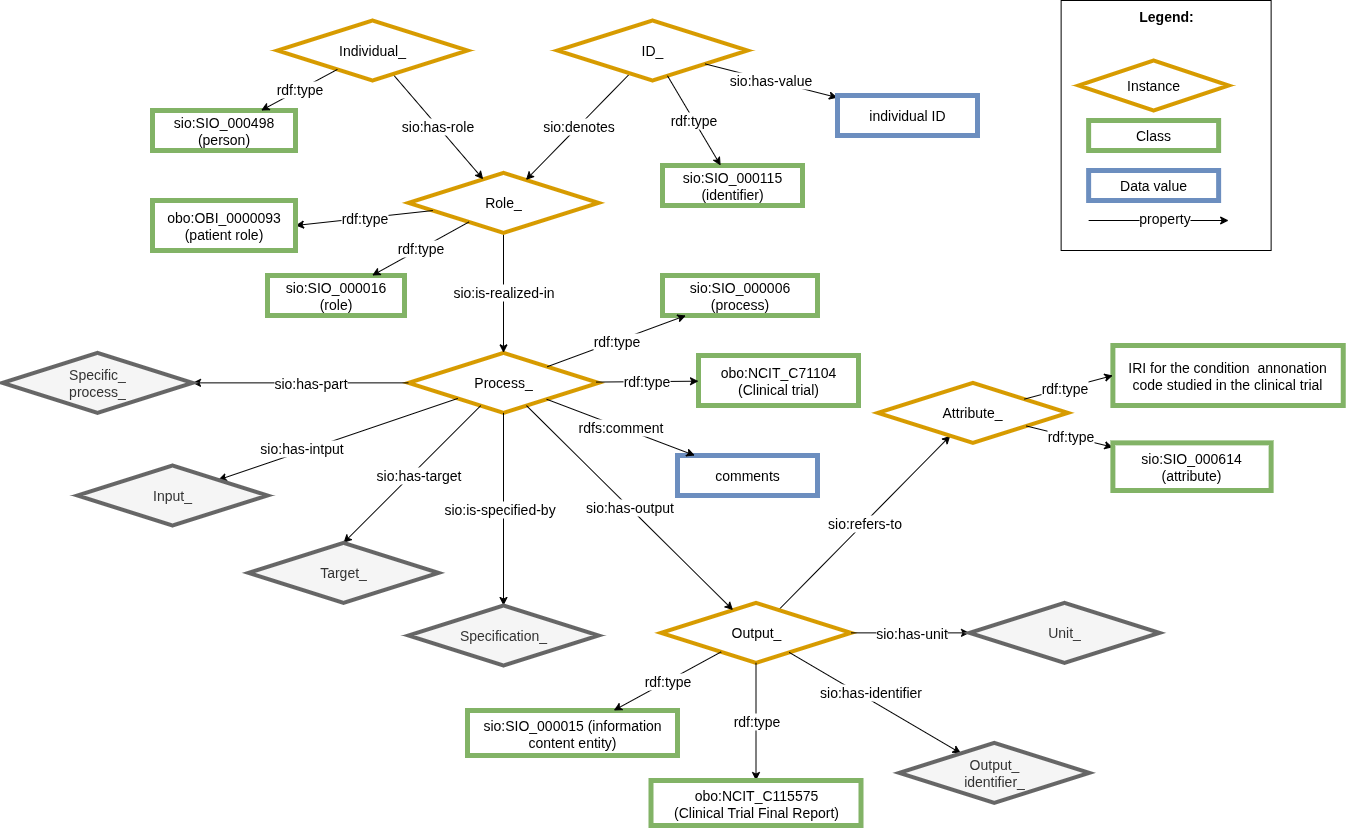
Above: images/CARE-SM-Clinical_trial.drawio.png in CARE-SM/CARE-Semantic-Model (draw.io), before the change. Source tidied: cells renumbered, new cells last; positions are measured from the earlier drawing's top-left corner, leaving out a move shared by most shapes.
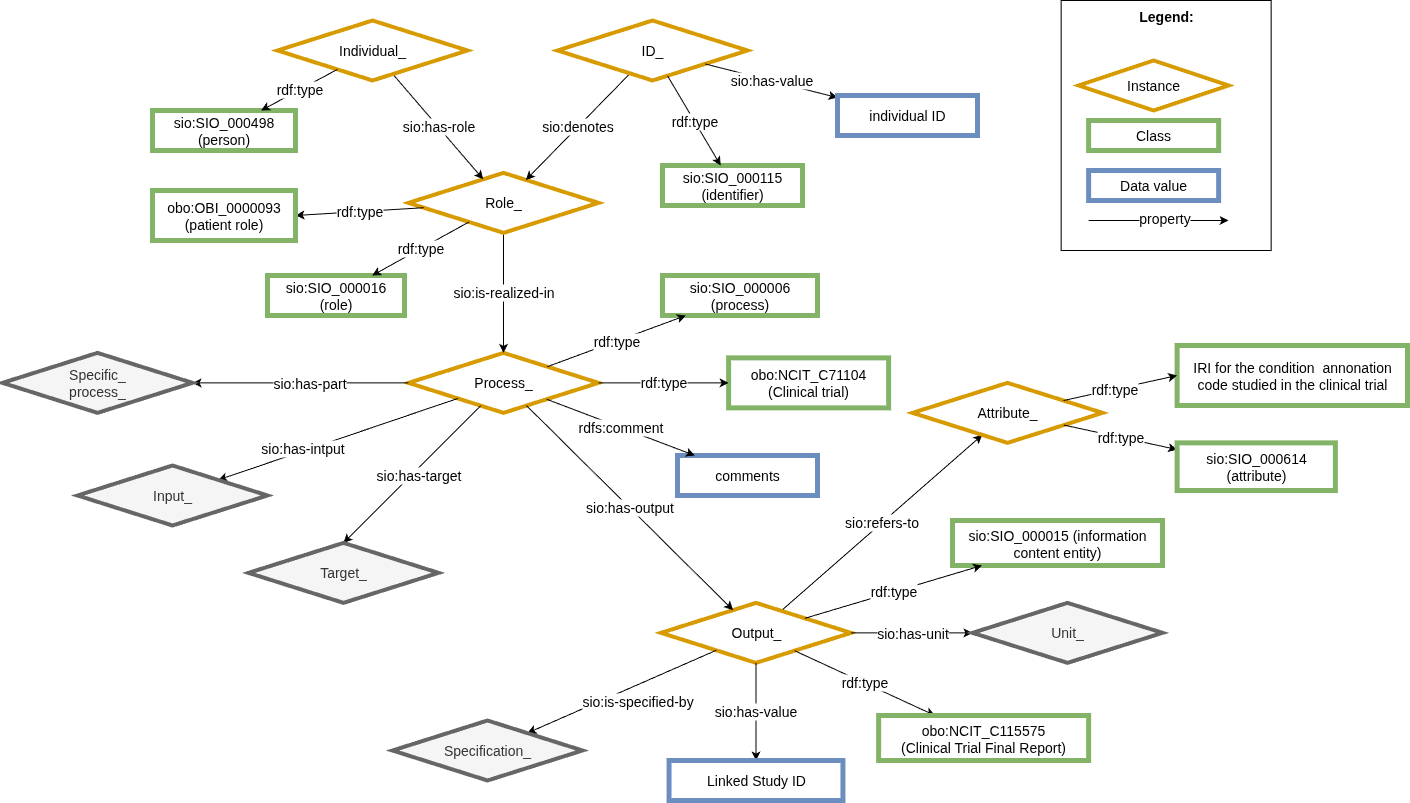
The same diagram one commit later.

The edit, as a diff of the source:
```diff
@@ -18,7 +18,7 @@
       <mxGeometry x="660" y="275" width="155" height="40" as="geometry" />
     </mxCell>
     <mxCell id="7" value="&lt;font style=&quot;font-size: 14px;&quot;&gt;sio:SIO_000015 (information content entity)&lt;/font&gt;" style="whiteSpace=wrap;html=1;fillColor=#FFFFFF;strokeColor=#82b366;strokeWidth=5;fontSize=14;" parent="1" vertex="1">
-      <mxGeometry x="465" y="710" width="210" height="45" as="geometry" />
+      <mxGeometry x="950" y="520" width="210" height="45" as="geometry" />
     </mxCell>
     <mxCell id="8" value="Role_" style="rhombus;whiteSpace=wrap;html=1;fillColor=#FFFFFF;strokeColor=#D79B00;perimeter=rhombusPerimeter;arcSize=20;comic=0;enumerate=0;strokeWidth=4;rounded=0;fontSize=14;" parent="1" vertex="1">
       <mxGeometry x="406" y="172.4" width="190" height="60" as="geometry" />
@@ -36,13 +36,13 @@
       <mxGeometry x="275" y="20" width="190" height="60" as="geometry" />
     </mxCell>
     <mxCell id="13" value="Attribute_" style="rhombus;whiteSpace=wrap;html=1;fillColor=#FFFFFF;strokeColor=#D79B00;perimeter=rhombusPerimeter;arcSize=20;comic=0;enumerate=0;strokeWidth=4;rounded=0;fontSize=14;" parent="1" vertex="1">
-      <mxGeometry x="875.4" y="382.4" width="190" height="60" as="geometry" />
+      <mxGeometry x="910" y="382.4" width="190" height="60" as="geometry" />
     </mxCell>
     <mxCell id="14" value="rdf:type" style="edgeStyle=none;rounded=0;jettySize=auto;html=1;fontSize=14;" parent="1" edge="1" source="13" target="15">
       <mxGeometry relative="1" as="geometry" />
     </mxCell>
     <mxCell id="15" value="sio:SIO_000614 (attribute)" style="whiteSpace=wrap;html=1;fillColor=#FFFFFF;strokeColor=#82b366;strokeWidth=5;fontSize=14;" parent="1" vertex="1">
-      <mxGeometry x="1110.4" y="442.4" width="158.2" height="47.6" as="geometry" />
+      <mxGeometry x="1174.6" y="442.4" width="158.2" height="47.6" as="geometry" />
     </mxCell>
     <mxCell id="16" value="sio:SIO_000016 (role)" style="whiteSpace=wrap;html=1;fillColor=#FFFFFF;strokeColor=#82b366;strokeWidth=5;fontSize=14;" parent="1" vertex="1">
       <mxGeometry x="265" y="275" width="137" height="40" as="geometry" />
@@ -61,7 +61,7 @@
         <mxPoint x="-61" y="18" as="offset" />
       </mxGeometry>
     </mxCell>
-    <mxCell id="21" style="edgeStyle=none;rounded=0;jettySize=auto;html=1;strokeWidth=1;fontSize=14;" parent="1" edge="1" source="4" target="23">
+    <mxCell id="21" style="edgeStyle=none;rounded=0;jettySize=auto;html=1;strokeWidth=1;fontSize=14;" parent="1" edge="1" source="3" target="23">
       <mxGeometry relative="1" as="geometry" />
     </mxCell>
     <mxCell id="22" value="sio:is-specified-by" style="edgeLabel;html=1;align=center;verticalAlign=middle;fontSize=14;" parent="21" vertex="1">
@@ -70,7 +70,7 @@
       </mxGeometry>
     </mxCell>
     <mxCell id="23" value="Specification_" style="rhombus;whiteSpace=wrap;html=1;fillColor=#f5f5f5;strokeColor=#666666;perimeter=rhombusPerimeter;arcSize=20;comic=0;enumerate=0;strokeWidth=4;rounded=0;fontSize=14;fontColor=#333333;" parent="1" vertex="1">
-      <mxGeometry x="406" y="605" width="190" height="60" as="geometry" />
+      <mxGeometry x="390" y="720" width="190" height="60" as="geometry" />
     </mxCell>
     <mxCell id="24" value="Input_" style="rhombus;whiteSpace=wrap;html=1;fillColor=#f5f5f5;strokeColor=#666666;perimeter=rhombusPerimeter;arcSize=20;comic=0;enumerate=0;strokeWidth=4;rounded=0;fontSize=14;fontColor=#333333;" parent="1" vertex="1">
       <mxGeometry x="75" y="465" width="190" height="60" as="geometry" />
@@ -84,7 +84,7 @@
       </mxGeometry>
     </mxCell>
     <mxCell id="27" value="Unit_" style="rhombus;whiteSpace=wrap;html=1;fillColor=#f5f5f5;strokeColor=#666666;perimeter=rhombusPerimeter;arcSize=20;comic=0;enumerate=0;strokeWidth=4;rounded=0;fontSize=14;fontColor=#333333;" parent="1" vertex="1">
-      <mxGeometry x="967" y="602.4" width="190" height="60" as="geometry" />
+      <mxGeometry x="970" y="602.4" width="190" height="60" as="geometry" />
     </mxCell>
     <mxCell id="28" value="&lt;div style=&quot;text-align: left; font-size: 14px;&quot;&gt;&lt;span style=&quot;background-color: initial; font-size: 14px;&quot;&gt;&lt;b style=&quot;font-size: 14px;&quot;&gt;&lt;font style=&quot;font-size: 14px;&quot;&gt;Legend:&lt;/font&gt;&lt;/b&gt;&lt;/span&gt;&lt;/div&gt;&lt;div style=&quot;text-align: left; font-size: 14px;&quot;&gt;&lt;span style=&quot;background-color: initial; font-size: 14px;&quot;&gt;&lt;br style=&quot;font-size: 14px;&quot;&gt;&lt;/span&gt;&lt;/div&gt;&lt;div style=&quot;text-align: left; font-size: 14px;&quot;&gt;&lt;span style=&quot;background-color: initial; font-size: 14px;&quot;&gt;&lt;br style=&quot;font-size: 14px;&quot;&gt;&lt;/span&gt;&lt;/div&gt;&lt;div style=&quot;text-align: left; font-size: 14px;&quot;&gt;&lt;span style=&quot;background-color: initial; font-size: 14px;&quot;&gt;&lt;br style=&quot;font-size: 14px;&quot;&gt;&lt;/span&gt;&lt;/div&gt;&lt;div style=&quot;text-align: left; font-size: 14px;&quot;&gt;&lt;br style=&quot;font-size: 14px;&quot;&gt;&lt;/div&gt;&lt;div style=&quot;text-align: left; font-size: 14px;&quot;&gt;&lt;br style=&quot;font-size: 14px;&quot;&gt;&lt;/div&gt;&lt;div style=&quot;text-align: left; font-size: 14px;&quot;&gt;&lt;br style=&quot;font-size: 14px;&quot;&gt;&lt;/div&gt;&lt;div style=&quot;text-align: left; font-size: 14px;&quot;&gt;&lt;br style=&quot;font-size: 14px;&quot;&gt;&lt;/div&gt;&lt;div style=&quot;text-align: left; font-size: 14px;&quot;&gt;&lt;br style=&quot;font-size: 14px;&quot;&gt;&lt;/div&gt;&lt;div style=&quot;text-align: left; font-size: 14px;&quot;&gt;&lt;span style=&quot;background-color: initial; font-size: 14px;&quot;&gt;&lt;br style=&quot;font-size: 14px;&quot;&gt;&lt;/span&gt;&lt;/div&gt;&lt;div style=&quot;text-align: left; font-size: 14px;&quot;&gt;&lt;span style=&quot;background-color: initial; font-size: 14px;&quot;&gt;&lt;br style=&quot;font-size: 14px;&quot;&gt;&lt;/span&gt;&lt;/div&gt;&lt;div style=&quot;text-align: left; font-size: 14px;&quot;&gt;&lt;span style=&quot;background-color: initial; font-size: 14px;&quot;&gt;&lt;br style=&quot;font-size: 14px;&quot;&gt;&lt;/span&gt;&lt;/div&gt;&lt;div style=&quot;text-align: left; font-size: 14px;&quot;&gt;&lt;span style=&quot;background-color: initial; font-size: 14px;&quot;&gt;&lt;br style=&quot;font-size: 14px;&quot;&gt;&lt;/span&gt;&lt;/div&gt;&lt;div style=&quot;text-align: left; font-size: 14px;&quot;&gt;&lt;span style=&quot;background-color: initial; font-size: 14px;&quot;&gt;&lt;br style=&quot;font-size: 14px;&quot;&gt;&lt;/span&gt;&lt;/div&gt;" style="rounded=0;whiteSpace=wrap;html=1;fontSize=14;" parent="1" vertex="1">
       <mxGeometry x="1058.6" width="210" height="250" as="geometry" />
@@ -132,17 +132,6 @@
     <mxCell id="40" value="Specific_&lt;div style=&quot;font-size: 14px;&quot;&gt;process_&lt;/div&gt;" style="rhombus;whiteSpace=wrap;html=1;fillColor=#f5f5f5;strokeColor=#666666;perimeter=rhombusPerimeter;arcSize=20;comic=0;enumerate=0;strokeWidth=4;rounded=0;fontSize=14;fontColor=#333333;" parent="1" vertex="1">
       <mxGeometry y="352.4" width="190" height="60" as="geometry" />
     </mxCell>
-    <mxCell id="41" style="edgeStyle=none;rounded=0;jettySize=auto;html=1;fontSize=14;" parent="1" edge="1" source="3" target="43">
-      <mxGeometry relative="1" as="geometry" />
-    </mxCell>
-    <mxCell id="42" value="sio:has-identifier" style="edgeLabel;html=1;align=center;verticalAlign=middle;fontSize=14;" parent="41" vertex="1">
-      <mxGeometry x="-0.21" y="-1" relative="1" as="geometry">
-        <mxPoint x="13" y="-1" as="offset" />
-      </mxGeometry>
-    </mxCell>
-    <mxCell id="43" value="Output_&lt;div style=&quot;font-size: 14px;&quot;&gt;identifier_&lt;/div&gt;" style="rhombus;whiteSpace=wrap;html=1;fillColor=#f5f5f5;strokeColor=#666666;perimeter=rhombusPerimeter;arcSize=20;comic=0;enumerate=0;strokeWidth=4;rounded=0;fontSize=14;fontColor=#333333;" parent="1" vertex="1">
-      <mxGeometry x="896.8" y="742.4" width="190" height="60" as="geometry" />
-    </mxCell>
     <mxCell id="44" value="rdf:type" style="edgeStyle=none;rounded=0;jettySize=auto;html=1;fontSize=14;" parent="1" edge="1" source="8" target="16">
       <mxGeometry relative="1" as="geometry" />
     </mxCell>
@@ -153,10 +142,10 @@
       <mxGeometry relative="1" as="geometry" />
     </mxCell>
     <mxCell id="47" value="obo:&lt;span style=&quot;background-color: transparent; color: light-dark(rgb(0, 0, 0), rgb(255, 255, 255));&quot;&gt;NCIT_C115575&lt;/span&gt;&lt;div&gt;&lt;span style=&quot;background-color: transparent; color: light-dark(rgb(0, 0, 0), rgb(255, 255, 255));&quot;&gt;(Clinical Trial Final Report)&lt;/span&gt;&lt;/div&gt;" style="whiteSpace=wrap;html=1;fillColor=#FFFFFF;strokeColor=#82b366;strokeWidth=5;fontSize=14;" parent="1" vertex="1">
-      <mxGeometry x="648.5" y="780" width="210" height="45" as="geometry" />
+      <mxGeometry x="876.1" y="715" width="210" height="45" as="geometry" />
     </mxCell>
     <mxCell id="48" value="&lt;span style=&quot;background-color: initial; font-size: 14px;&quot;&gt;&lt;div style=&quot;font-size: 14px;&quot;&gt;&lt;div style=&quot;font-size: 14px;&quot;&gt;&lt;div&gt;IRI for the condition&amp;nbsp;&amp;nbsp;&lt;span style=&quot;background-color: initial; color: light-dark(rgb(0, 0, 0), rgb(255, 255, 255));&quot;&gt;annonation code studied in the clinical trial&lt;/span&gt;&lt;/div&gt;&lt;/div&gt;&lt;/div&gt;&lt;/span&gt;" style="whiteSpace=wrap;html=1;fillColor=#FFFFFF;strokeColor=#82b366;strokeWidth=5;fontSize=14;" parent="1" vertex="1">
-      <mxGeometry x="1110.4" y="345" width="230.4" height="60" as="geometry" />
+      <mxGeometry x="1174.6" y="345" width="230.4" height="60" as="geometry" />
     </mxCell>
     <mxCell id="49" value="rdf:type" style="edgeStyle=none;rounded=0;jettySize=auto;html=1;entryX=0;entryY=0.5;entryDx=0;entryDy=0;fontSize=14;" parent="1" edge="1" source="13" target="48">
       <mxGeometry x="-0.09" relative="1" as="geometry" />
@@ -165,7 +154,7 @@
       <mxGeometry relative="1" as="geometry" />
     </mxCell>
     <mxCell id="51" value="&lt;font style=&quot;font-size: 14px;&quot;&gt;obo:OBI_0000093 (patient role)&lt;/font&gt;" style="whiteSpace=wrap;html=1;fillColor=#FFFFFF;strokeColor=#82b366;strokeWidth=5;fontSize=14;" parent="1" vertex="1">
-      <mxGeometry x="150" y="200" width="143" height="50" as="geometry" />
+      <mxGeometry x="150" y="190" width="143" height="50" as="geometry" />
     </mxCell>
     <mxCell id="52" value="sio:has-value" style="rounded=0;jettySize=auto;html=1;fontSize=14;" parent="1" edge="1" source="10" target="53">
       <mxGeometry relative="1" as="geometry" />
@@ -174,7 +163,7 @@
       <mxGeometry x="835" y="95" width="140" height="40" as="geometry" />
     </mxCell>
     <mxCell id="54" value="obo:NCIT_C71104&lt;div&gt;(Clinical trial)&lt;/div&gt;" style="whiteSpace=wrap;html=1;fillColor=#FFFFFF;strokeColor=#82b366;strokeWidth=5;fontSize=14;" parent="1" vertex="1">
-      <mxGeometry x="696" y="355" width="160" height="50" as="geometry" />
+      <mxGeometry x="726.1" y="357.4" width="160" height="50" as="geometry" />
     </mxCell>
     <mxCell id="55" value="rdf:type" style="edgeStyle=none;rounded=0;jettySize=auto;html=1;fontSize=14;" parent="1" edge="1" source="4" target="54">
       <mxGeometry relative="1" as="geometry" />
@@ -191,5 +180,11 @@
     <mxCell id="59" value="rdf:type" style="edgeStyle=none;rounded=0;jettySize=auto;html=1;fontSize=14;" parent="1" edge="1" source="3" target="7">
       <mxGeometry relative="1" as="geometry" />
     </mxCell>
+    <mxCell id="60" value="sio:has-value" style="rounded=0;jettySize=auto;html=1;fontSize=14;" parent="1" edge="1" source="3" target="61">
+      <mxGeometry relative="1" as="geometry" />
+    </mxCell>
+    <mxCell id="61" value="Linked Study ID" style="whiteSpace=wrap;html=1;fillColor=#FFFFFF;strokeColor=#6c8ebf;strokeWidth=5;fontSize=14;" parent="1" vertex="1">
+      <mxGeometry x="666.6" y="760" width="173.9" height="40" as="geometry" />
+    </mxCell>
   </root>
 </mxGraphModel>
```
